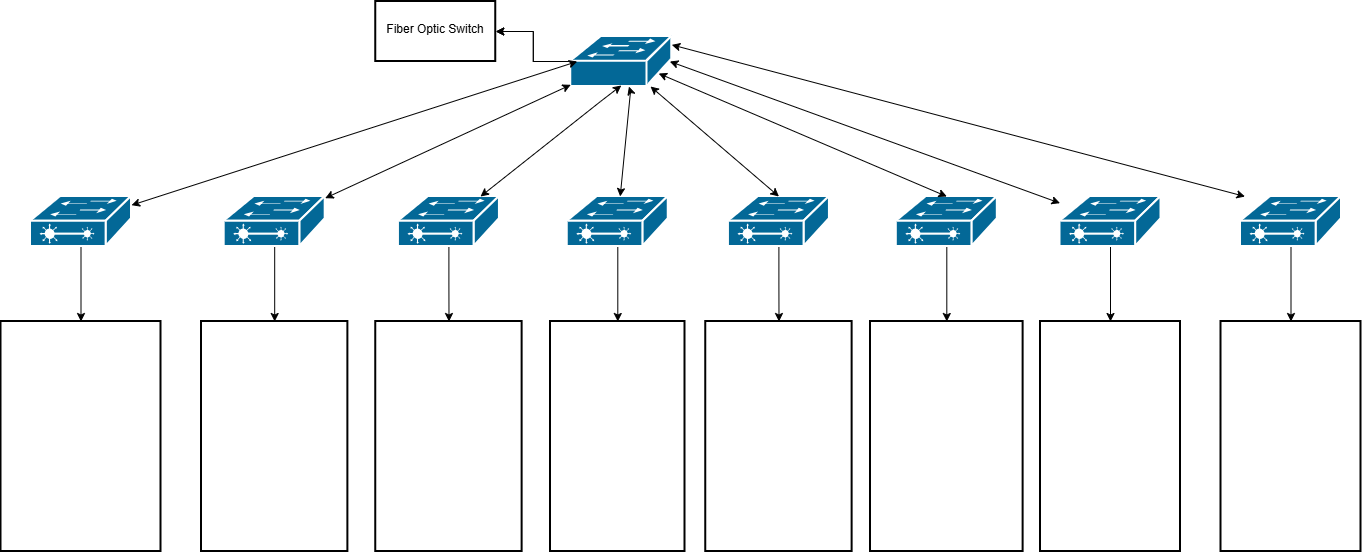
hrezapour21-blip/hasanafa keeps this draw.io diagram as Untitled Diagram.drawio.png. Above is the earlier version. Source tidied: cells renumbered, new cells last; positions are measured from the earlier drawing's top-left corner, leaving out a move shared by most shapes.
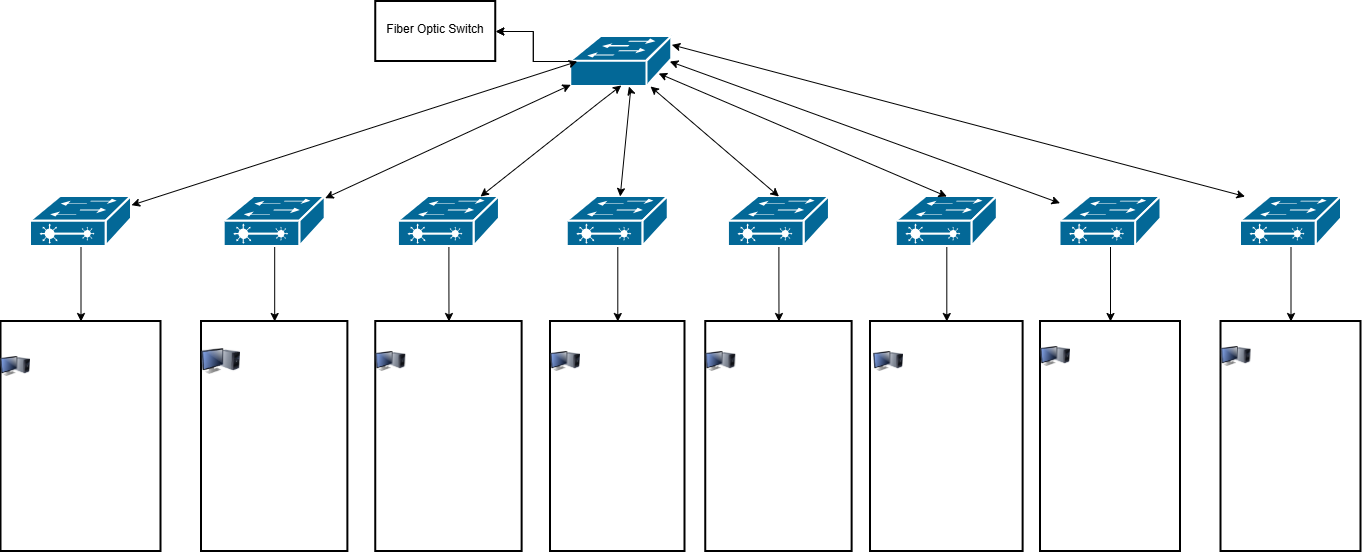
The same file after the commit.

Change to the diagram source:
```diff
@@ -123,5 +123,29 @@
         </Array>
       </mxGeometry>
     </mxCell>
+    <mxCell id="38" style="image;html=1;image=img/lib/clip_art/computers/Monitor_Tower_128x128.png;" parent="1" vertex="1">
+      <mxGeometry y="350" width="30" height="30" as="geometry" />
+    </mxCell>
+    <mxCell id="39" style="image;html=1;image=img/lib/clip_art/computers/Monitor_Tower_128x128.png;" parent="1" vertex="1">
+      <mxGeometry x="201" y="340" width="39" height="40" as="geometry" />
+    </mxCell>
+    <mxCell id="40" style="image;html=1;image=img/lib/clip_art/computers/Monitor_Tower_128x128.png;" parent="1" vertex="1">
+      <mxGeometry x="375.2" y="340" width="30" height="40" as="geometry" />
+    </mxCell>
+    <mxCell id="41" style="image;html=1;image=img/lib/clip_art/computers/Monitor_Tower_128x128.png;" parent="1" vertex="1">
+      <mxGeometry x="550" y="345" width="30" height="30" as="geometry" />
+    </mxCell>
+    <mxCell id="42" style="image;html=1;image=img/lib/clip_art/computers/Monitor_Tower_128x128.png;" parent="1" vertex="1">
+      <mxGeometry x="705.2" y="345" width="30" height="30" as="geometry" />
+    </mxCell>
+    <mxCell id="43" style="image;html=1;image=img/lib/clip_art/computers/Monitor_Tower_128x128.png;" parent="1" vertex="1">
+      <mxGeometry x="873" y="345" width="30" height="30" as="geometry" />
+    </mxCell>
+    <mxCell id="44" style="image;html=1;image=img/lib/clip_art/computers/Monitor_Tower_128x128.png;" parent="1" vertex="1">
+      <mxGeometry x="1040" y="340" width="30" height="30" as="geometry" />
+    </mxCell>
+    <mxCell id="45" style="image;html=1;image=img/lib/clip_art/computers/Monitor_Tower_128x128.png;" parent="1" vertex="1">
+      <mxGeometry x="1220.5" y="340" width="30" height="30" as="geometry" />
+    </mxCell>
   </root>
 </mxGraphModel>
```
